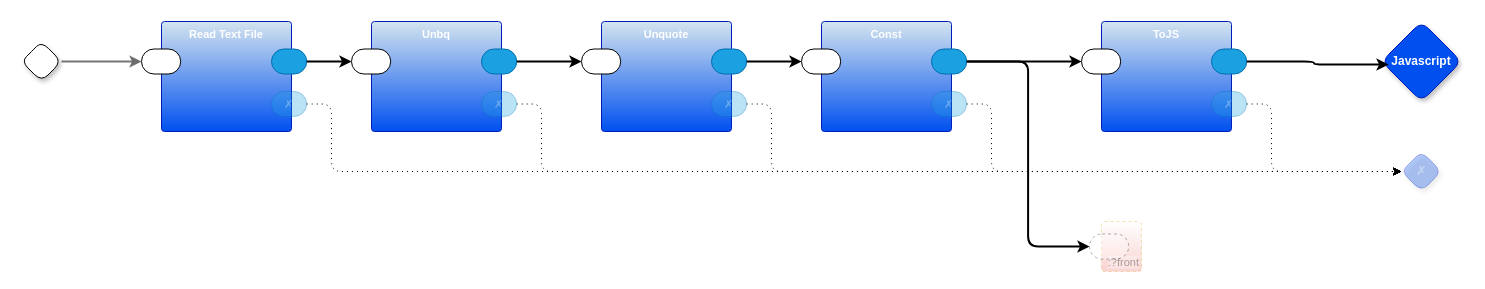
guitarvydas/p6 keeps this draw.io diagram as page "main" (1 of 5) of p6.drawio. Above is the earlier version. Source tidied: cells renumbered, new cells numbered last; positions are measured from the earlier drawing's top-left corner, leaving out a move shared by most shapes. Both pictures are drawn from the tidied source at 100%, with x=0, y=0 at pixel (21, 21).
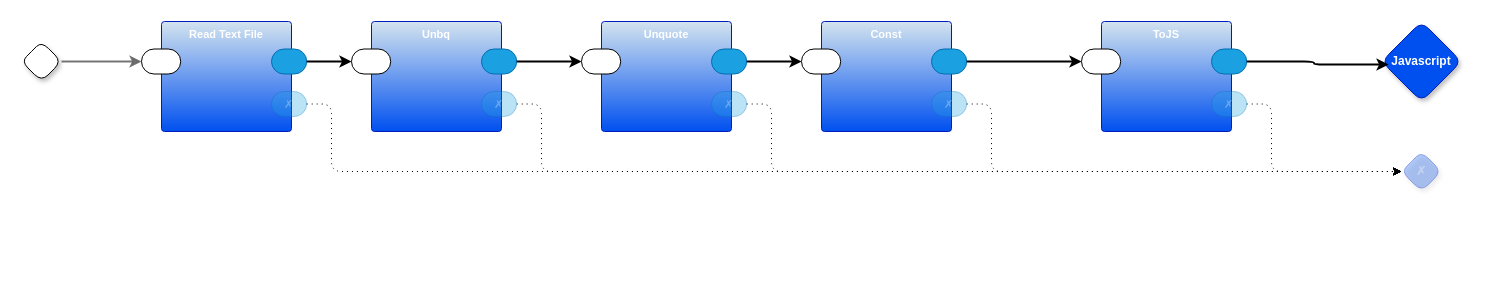
After the change.

Unchanged cells that the change refers to:
```xml
<mxCell id="27" style="rounded=1;whiteSpace=wrap;html=1;sketch=0;points=[[0,0.5,0,0,0],[1,0.5,0,0,0]];fillColor=#1ba1e2;fontColor=#ffffff;strokeColor=#006EAF;arcSize=50;fontFamily=Helvetica;fontSize=11;" parent="24" vertex="1">
  <mxGeometry x="110" y="27.5" width="35.2" height="25" as="geometry" />
</mxCell>
```

What changed in the source:
```diff
@@
-    <mxCell id="36" value=":?front" style="rounded=1;whiteSpace=wrap;html=1;sketch=0;verticalAlign=bottom;arcSize=6;fontStyle=0;absoluteArcSize=1;shadow=0;strokeColor=#d79b00;fillColor=#FFFFFF;fontFamily=Helvetica;fontSize=11;dashed=1;opacity=30;align=right;textOpacity=30;gradientColor=#EA6B66;fontColor=default;labelBackgroundColor=default;" parent="1" vertex="1">
-      <mxGeometry x="1080" y="200" width="40" height="50" as="geometry" />
-    </mxCell>
-    <mxCell id="37" style="rounded=1;whiteSpace=wrap;html=1;sketch=0;points=[[0,0.5,0,0,0],[1,0.5,0,0,0]];arcSize=50;fontFamily=Helvetica;fontSize=11;fontColor=default;dashed=1;textOpacity=50;opacity=30;fontStyle=0;labelBackgroundColor=default;" parent="36" vertex="1">
-      <mxGeometry x="-12" y="12.5" width="39.2" height="25" as="geometry" />
-    </mxCell>
-    <mxCell id="38" style="edgeStyle=orthogonalEdgeStyle;shape=connector;curved=0;rounded=1;jettySize=auto;html=1;exitX=1;exitY=0.5;exitDx=0;exitDy=0;exitPerimeter=0;entryX=0;entryY=0.5;entryDx=0;entryDy=0;entryPerimeter=0;strokeColor=default;strokeWidth=2;align=center;verticalAlign=middle;fontFamily=Helvetica;fontSize=11;fontColor=default;labelBackgroundColor=default;endArrow=classic;" parent="1" edge="1" source="27" target="37">
-      <mxGeometry relative="1" as="geometry" />
-    </mxCell>
```
